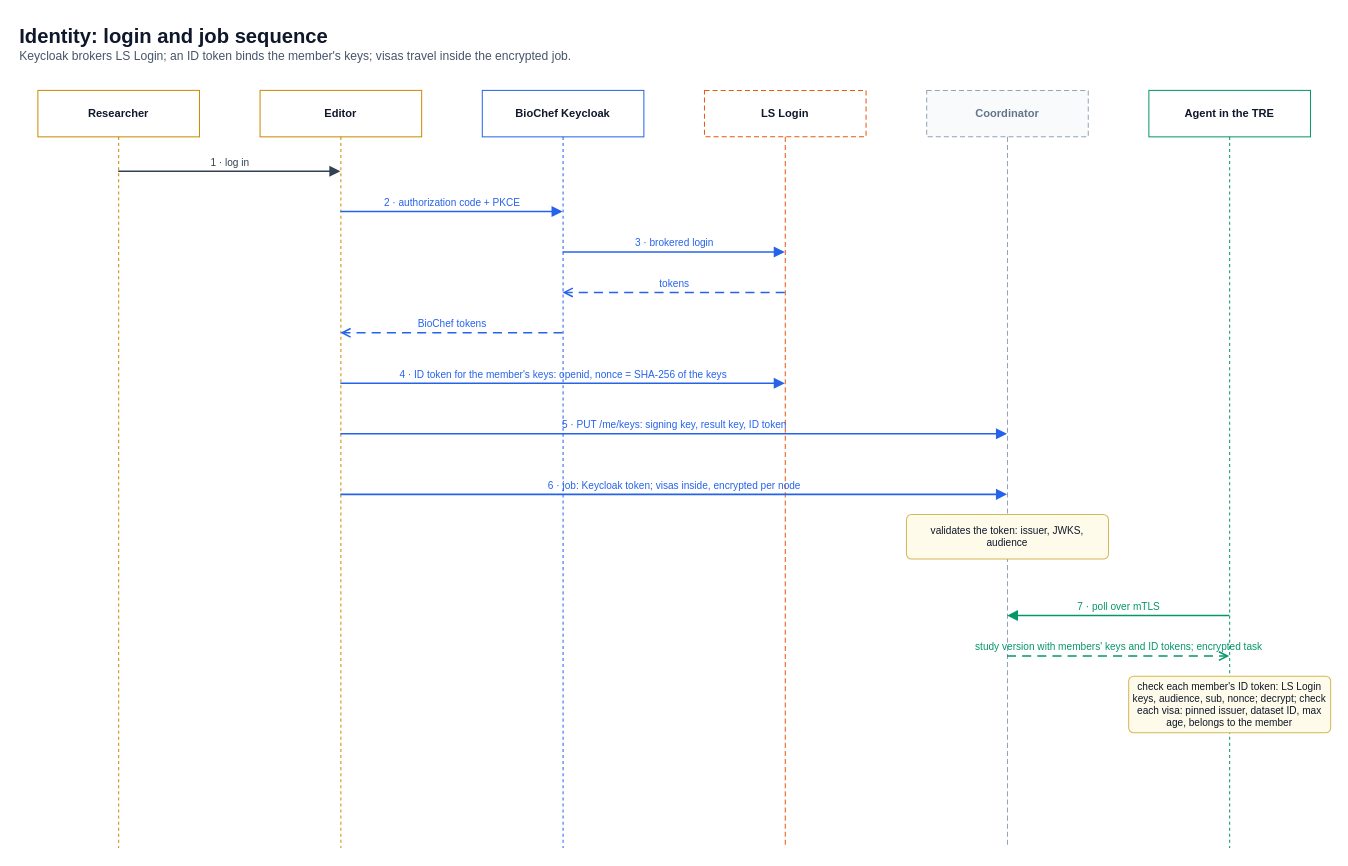
The draw.io diagram page "Login sequence" (2 of 2) of docs/diagrams/06-identity-keycloak.drawio in ieeta-pt/biochef-infra, before the edit. Source tidied: cells renumbered, new cells numbered last; positions are measured from the earlier drawing's top-left corner, leaving out a move shared by most shapes. Both pictures are drawn from the tidied source at 101%, with x=0, y=0 at pixel (17, 17).
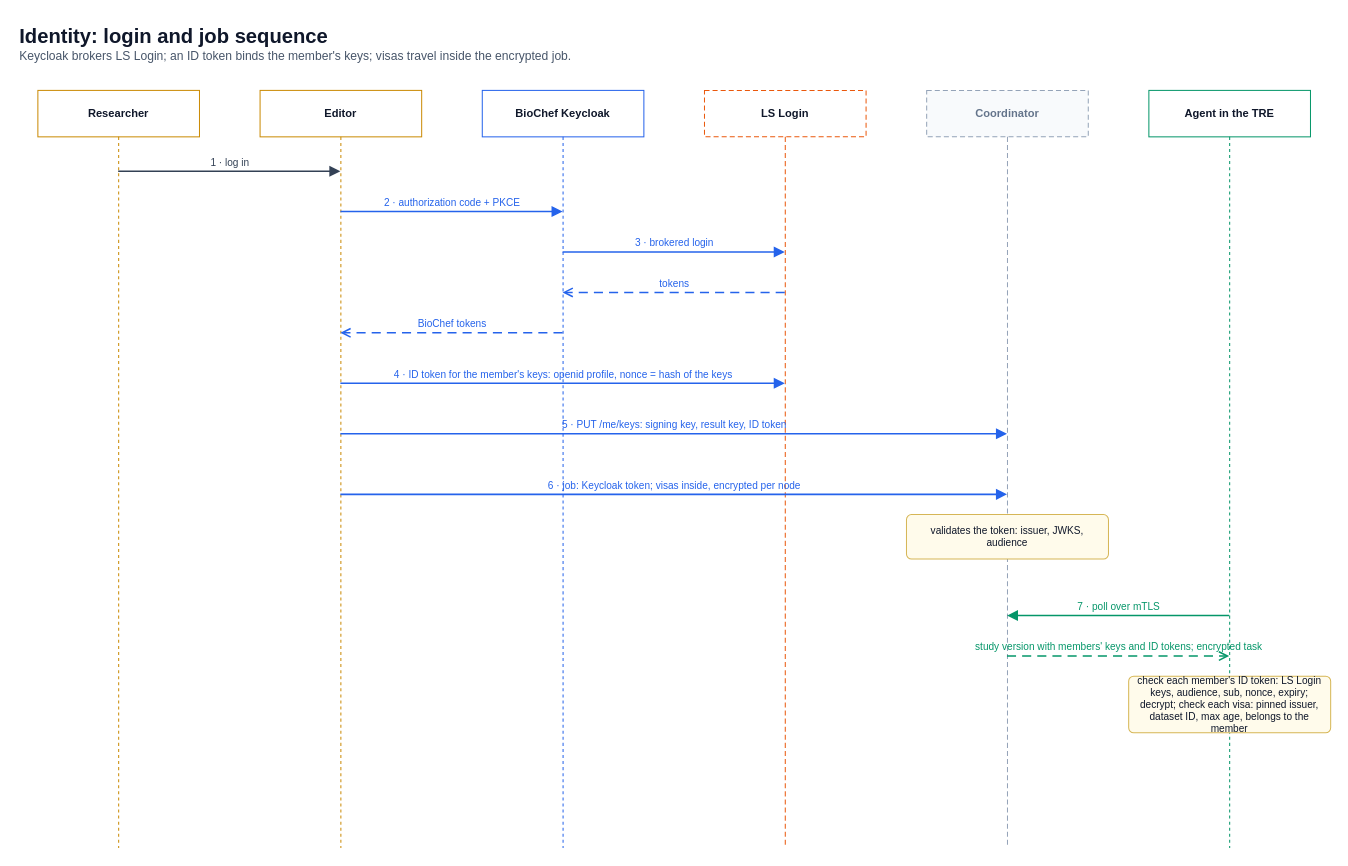
After the change.

The change refers to these unchanged cells:
```xml
<mxCell id="4" value="&lt;b&gt;Editor&lt;/b&gt;" style="html=1;whiteSpace=wrap;fontSize=11;fillColor=#ffffff;strokeColor=#ca8a04;fontColor=#0f172a;align=center;verticalAlign=middle;spacing=4;shape=umlLifeline;perimeter=lifelinePerimeter;outlineConnect=0;size=46;verticalAlign=middle;participant=label;" parent="1" vertex="1">
  <mxGeometry x="240" y="72" width="160" height="750" as="geometry" />
</mxCell>
<mxCell id="6" value="&lt;b&gt;LS Login&lt;/b&gt;" style="html=1;whiteSpace=wrap;fontSize=11;fillColor=#ffffff;strokeColor=#ea580c;fontColor=#0f172a;align=center;verticalAlign=middle;spacing=4;dashed=1;dashPattern=5 3;shape=umlLifeline;perimeter=lifelinePerimeter;outlineConnect=0;size=46;verticalAlign=middle;participant=label;" parent="1" vertex="1">
  <mxGeometry x="680" y="72" width="160" height="750" as="geometry" />
</mxCell>
```

What changed in the source:
```diff
@@
-    <mxCell id="14" value="4 · ID token for the member's keys: openid, nonce = SHA-256 of the keys" style="html=1;rounded=1;fontSize=10;labelBackgroundColor=#ffffff;strokeWidth=1.5;endSize=7;jumpStyle=arc;jumpSize=8;edgeStyle=none;endArrow=block;endFill=1;strokeColor=#2563eb;fontColor=#2563eb;exitX=0.5;exitY=0.3867;exitDx=0;exitDy=0;entryX=0.5;entryY=0.3867;entryDx=0;entryDy=0;verticalAlign=bottom;labelBackgroundColor=none;" parent="1" edge="1" source="4" target="6">
+    <mxCell id="14" value="4 · ID token for the member's keys: openid profile, nonce = hash of the keys" style="html=1;rounded=1;fontSize=10;labelBackgroundColor=#ffffff;strokeWidth=1.5;endSize=7;jumpStyle=arc;jumpSize=8;edgeStyle=none;endArrow=block;endFill=1;strokeColor=#2563eb;fontColor=#2563eb;exitX=0.5;exitY=0.3867;exitDx=0;exitDy=0;entryX=0.5;entryY=0.3867;entryDx=0;entryDy=0;verticalAlign=bottom;labelBackgroundColor=none;" parent="1" edge="1" source="4" target="6">
       <mxGeometry relative="1" as="geometry" />
     </mxCell>
@@
-    <mxCell id="20" value="check each member's ID token: LS Login keys, audience, sub, nonce; decrypt; check each visa: pinned issuer, dataset ID, max age, belongs to the member" style="html=1;whiteSpace=wrap;fontSize=10;fillColor=#fffbeb;strokeColor=#d6b656;fontColor=#0f172a;align=center;verticalAlign=middle;spacing=4;rounded=1;arcSize=10;absoluteArcSize=1;" parent="1" vertex="1">
+    <mxCell id="20" value="check each member's ID token: LS Login keys, audience, sub, nonce, expiry; decrypt; check each visa: pinned issuer, dataset ID, max age, belongs to the member" style="html=1;whiteSpace=wrap;fontSize=10;fillColor=#fffbeb;strokeColor=#d6b656;fontColor=#0f172a;align=center;verticalAlign=middle;spacing=4;rounded=1;arcSize=10;absoluteArcSize=1;" parent="1" vertex="1">
       <mxGeometry x="1100" y="652" width="200" height="56" as="geometry" />
     </mxCell>
```
